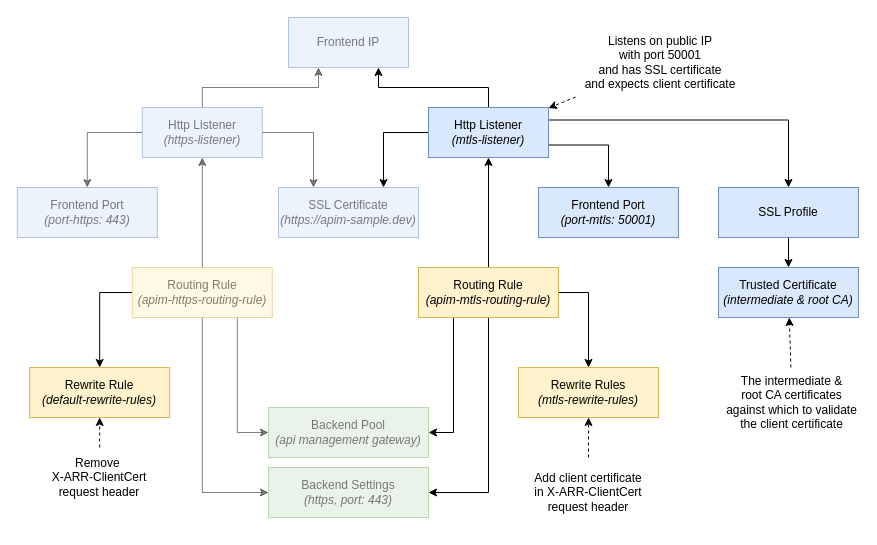
ronaldbosma/blog keeps this draw.io diagram as page "app-gateway-https-and-mtls-listener-1" (3 of 6) of static/images/apim-client-certificate-series/02-validate-client-certificate-in-apim-behind-agw/diagrams.drawio. Above is the earlier version. Source tidied: cells renumbered, new cells numbered last; positions are measured from the earlier drawing's top-left corner, leaving out a move shared by most shapes. Both pictures are drawn from the tidied source at 100%, with x=0, y=0 at pixel (17, 17).
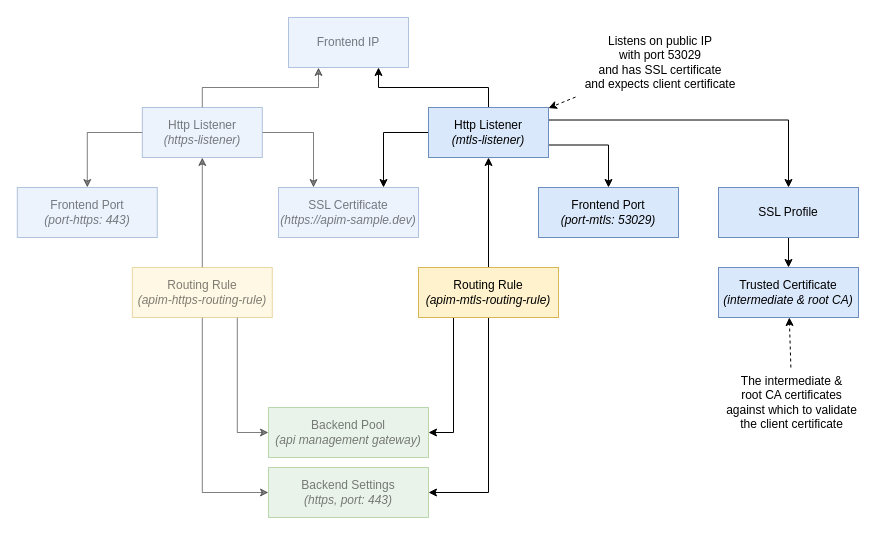
Above is the later version.

Commit message (it also covers changes not shown here):
Update with mtls listener instructions

Unchanged cells that the change refers to:
```xml
<mxCell id="13" value="Routing Rule&lt;br&gt;&lt;i&gt;(apim-https-routing-rule)&lt;/i&gt;" style="rounded=0;whiteSpace=wrap;html=1;fillColor=#fff2cc;strokeColor=#d6b656;fillOpacity=50;strokeOpacity=50;textOpacity=50;" parent="1" vertex="1">
  <mxGeometry x="114.8" y="250" width="140" height="50" as="geometry" />
</mxCell>
<mxCell id="27" value="Routing Rule&lt;br&gt;&lt;i&gt;(apim-mtls-routing-rule)&lt;/i&gt;" style="rounded=0;whiteSpace=wrap;html=1;fillColor=#fff2cc;strokeColor=#d6b656;" parent="1" vertex="1">
  <mxGeometry x="401" y="250" width="140" height="50" as="geometry" />
</mxCell>
```

The edit, as a diff of the source:
```diff
@@
-    <mxCell id="10" style="edgeStyle=orthogonalEdgeStyle;rounded=0;jettySize=auto;html=1;exitX=0;exitY=0.5;exitDx=0;exitDy=0;" parent="1" edge="1" source="13" target="28">
-      <mxGeometry relative="1" as="geometry" />
-    </mxCell>
@@
-    <mxCell id="19" value="Frontend Port&lt;br&gt;&lt;i&gt;(port-mtls: 50001)&lt;/i&gt;" style="rounded=0;whiteSpace=wrap;html=1;fillColor=#dae8fc;strokeColor=#6c8ebf;" parent="1" vertex="1">
+    <mxCell id="19" value="Frontend Port&lt;br&gt;&lt;i&gt;(port-mtls: 53029)&lt;/i&gt;" style="rounded=0;whiteSpace=wrap;html=1;fillColor=#dae8fc;strokeColor=#6c8ebf;" parent="1" vertex="1">
       <mxGeometry x="521" y="170" width="140" height="50" as="geometry" />
     </mxCell>
@@
-    <mxCell id="24" style="edgeStyle=orthogonalEdgeStyle;rounded=0;jettySize=auto;html=1;exitX=1;exitY=0.5;exitDx=0;exitDy=0;" parent="1" edge="1" source="27" target="29">
-      <mxGeometry relative="1" as="geometry" />
-    </mxCell>
@@
-    <mxCell id="28" value="Rewrite Rule&lt;br&gt;&lt;i&gt;(default-rewrite-rules)&lt;/i&gt;" style="rounded=0;whiteSpace=wrap;html=1;fillColor=#fff2cc;strokeColor=#d6b656;" parent="1" vertex="1">
-      <mxGeometry x="12.2" y="350" width="140" height="50" as="geometry" />
-    </mxCell>
-    <mxCell id="29" value="Rewrite Rules&lt;br&gt;&lt;i&gt;(mtls-rewrite-rules)&lt;/i&gt;" style="rounded=0;whiteSpace=wrap;html=1;fillColor=#fff2cc;strokeColor=#d6b656;" parent="1" vertex="1">
-      <mxGeometry x="501" y="350" width="140" height="50" as="geometry" />
-    </mxCell>
-    <mxCell id="30" style="rounded=0;jettySize=auto;html=1;dashed=1;" parent="1" edge="1" source="31" target="29">
-      <mxGeometry relative="1" as="geometry" />
-    </mxCell>
-    <mxCell id="31" value="Add client certificate&lt;br&gt;in X-ARR-ClientCert request header" style="text;html=1;strokeColor=none;fillColor=none;align=center;verticalAlign=middle;whiteSpace=wrap;rounded=0;" parent="1" vertex="1">
-      <mxGeometry x="506" y="440" width="130" height="70" as="geometry" />
-    </mxCell>
-    <mxCell id="32" style="rounded=0;jettySize=auto;html=1;dashed=1;" parent="1" edge="1" source="33" target="28">
-      <mxGeometry relative="1" as="geometry" />
-    </mxCell>
-    <mxCell id="33" value="Remove&amp;nbsp;&lt;br&gt;X-ARR-ClientCert request header" style="text;html=1;strokeColor=none;fillColor=none;align=center;verticalAlign=middle;whiteSpace=wrap;rounded=0;" parent="1" vertex="1">
-      <mxGeometry x="27.2" y="430" width="110" height="60" as="geometry" />
-    </mxCell>
@@
-    <mxCell id="35" value="Listens on public IP &lt;br&gt;with port 50001&lt;br&gt;and has SSL certificate&lt;br&gt;and expects client certificate" style="text;html=1;strokeColor=none;fillColor=none;align=center;verticalAlign=middle;whiteSpace=wrap;rounded=0;" parent="1" vertex="1">
+    <mxCell id="35" value="Listens on public IP &lt;br&gt;with port&amp;nbsp;&lt;span style=&quot;border-color: var(--border-color);&quot;&gt;53029&lt;/span&gt;&lt;br&gt;and has SSL certificate&lt;br&gt;and expects client certificate" style="text;html=1;strokeColor=none;fillColor=none;align=center;verticalAlign=middle;whiteSpace=wrap;rounded=0;" parent="1" vertex="1">
       <mxGeometry x="558" y="10" width="170" height="70" as="geometry" />
     </mxCell>
```
